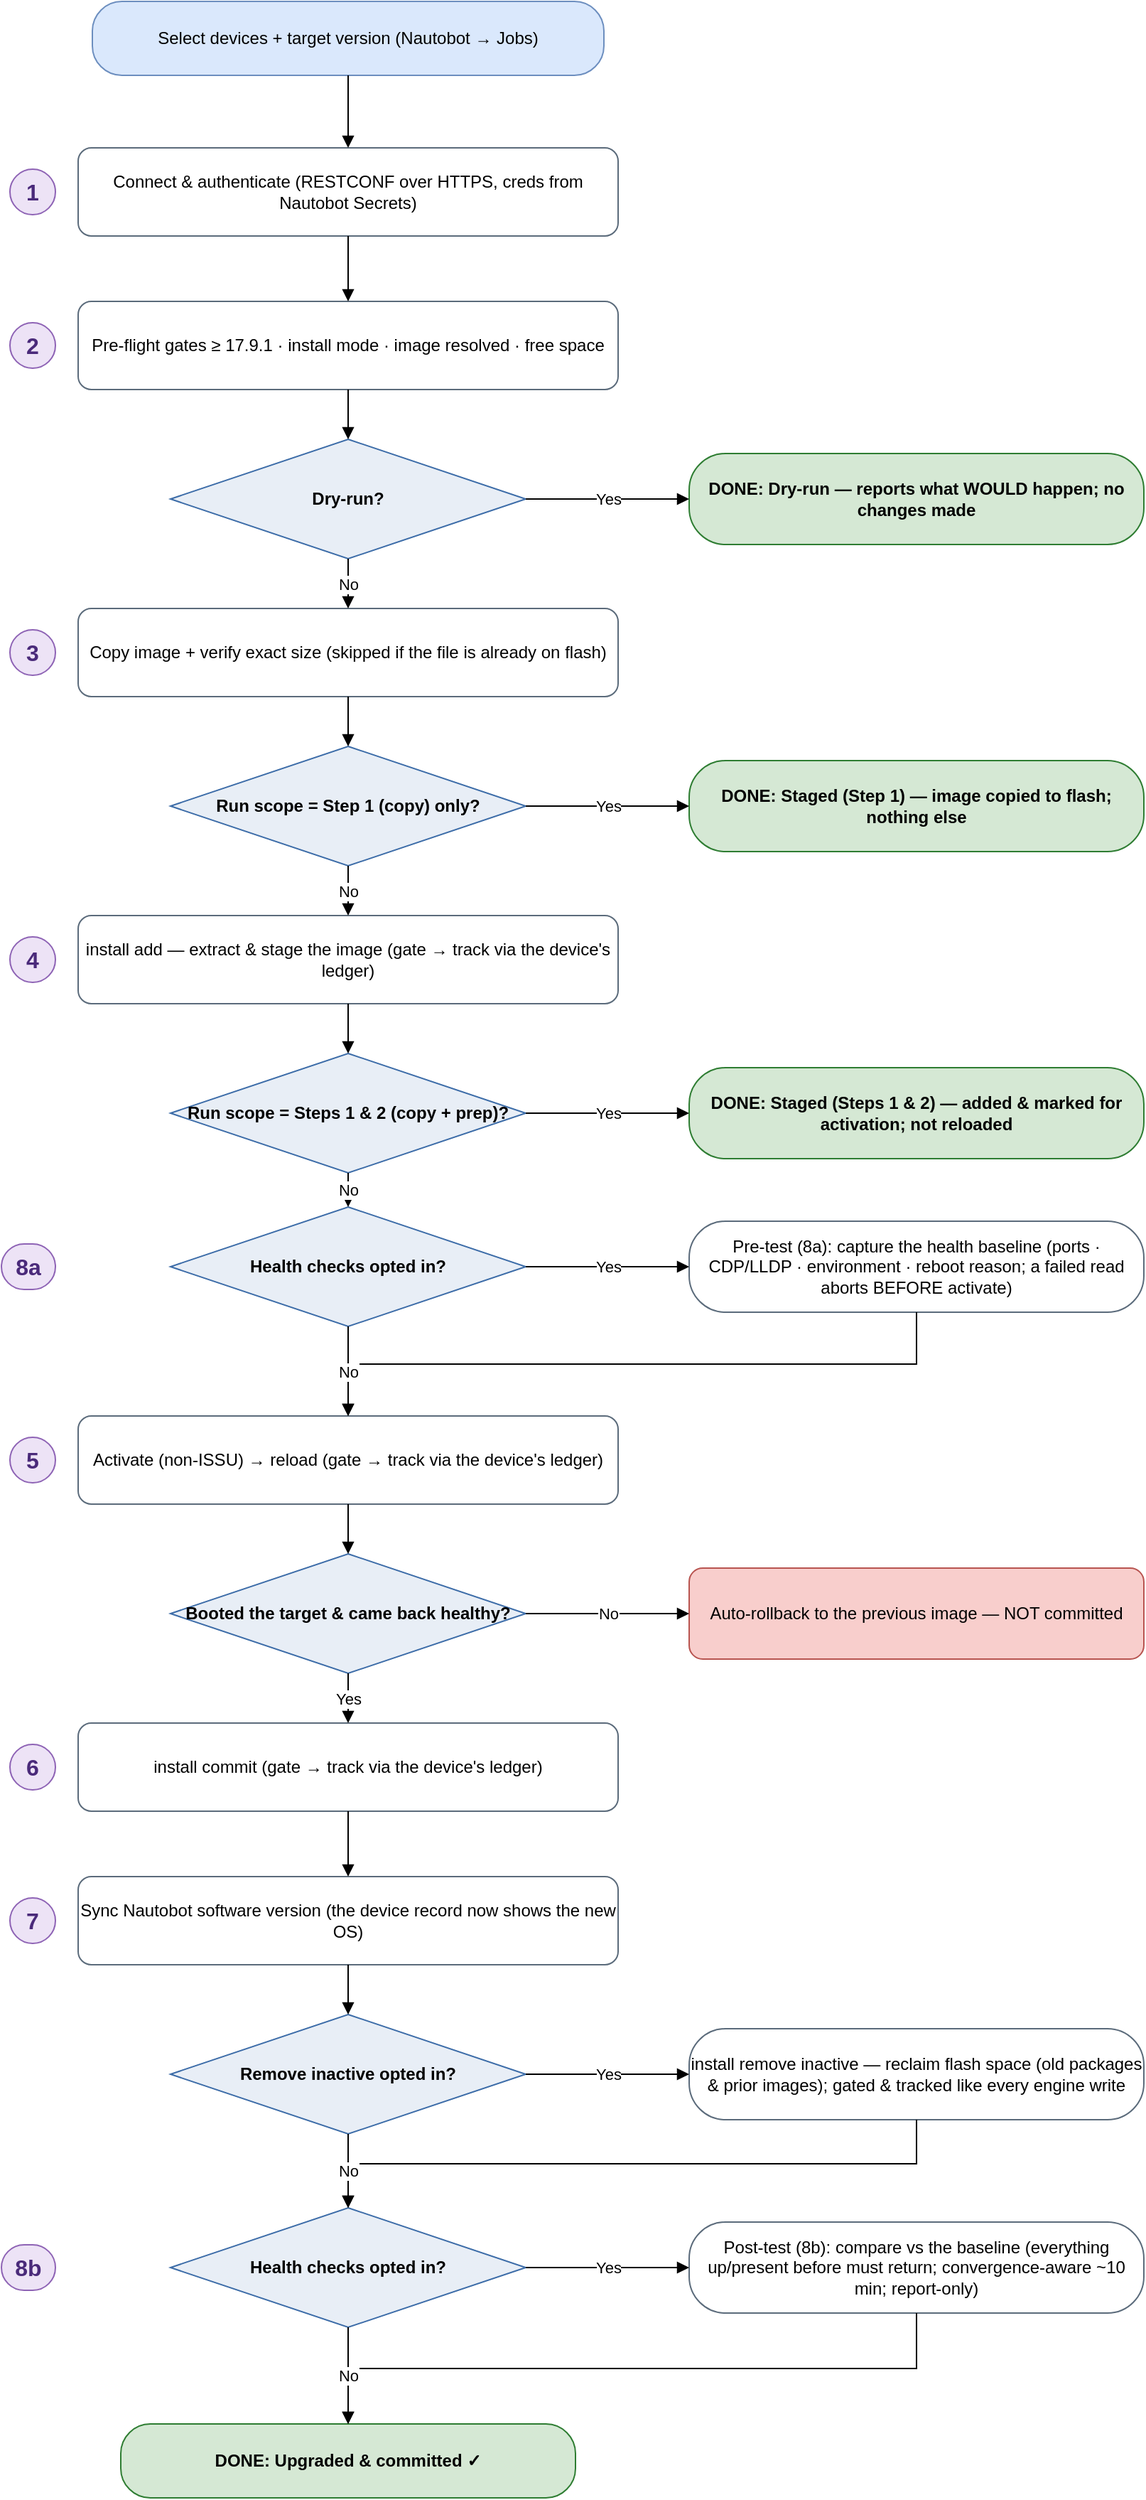
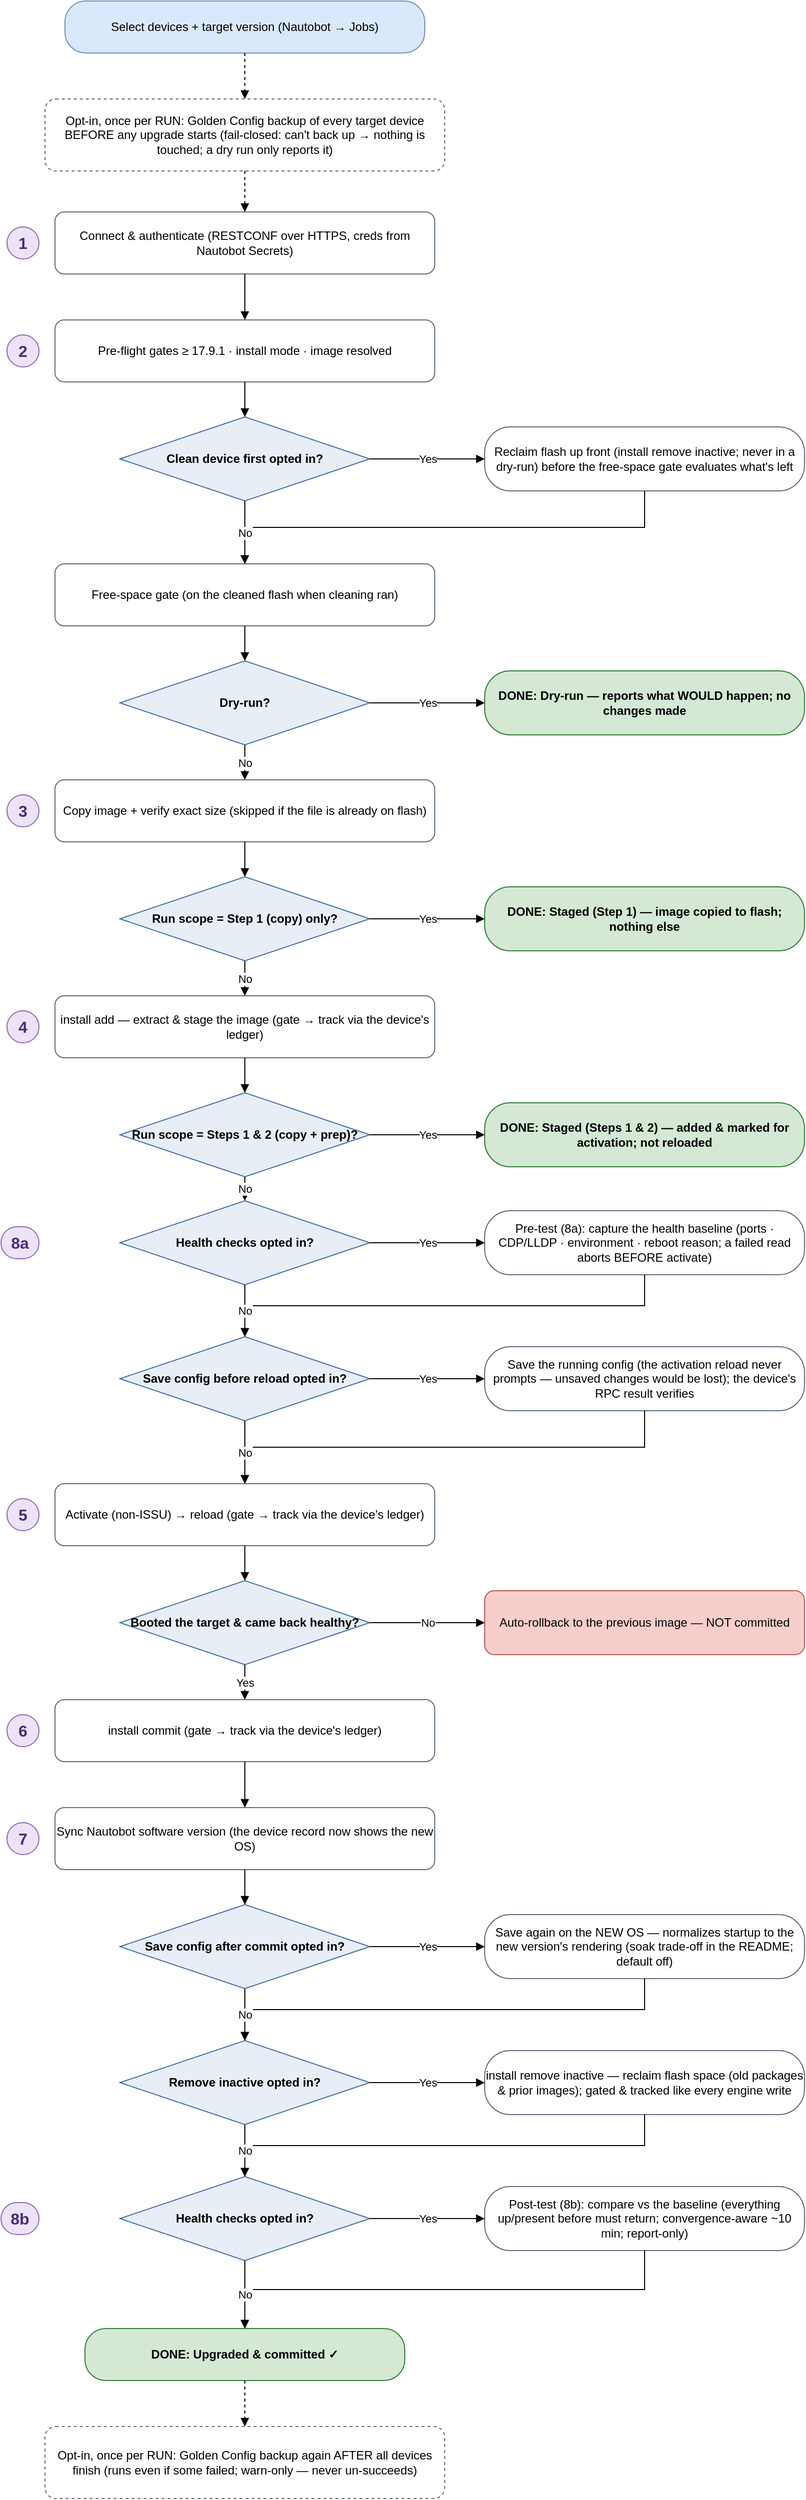
<mxfile host="app.diagrams.net" type="device">
  <diagram name="IOS-XE upgrade overview" id="iosxe-upgrade-overview">
    <mxGraphModel dx="1000" dy="1400" grid="1" gridSize="10" guides="1" tooltips="1"
        connect="1" arrows="1" fold="1" page="1" pageScale="1" math="0" shadow="0">
      <root>
        <mxCell id="0"/>
        <mxCell id="1" parent="0"/>
        <mxCell id="start" value="Select devices + target version&amp;#10;(Nautobot → Jobs)" style="rounded=1;arcSize=40;whiteSpace=wrap;html=1;fillColor=#DAE8FC;strokeColor=#6C8EBF;" vertex="1" parent="1"><mxGeometry x="160" y="52" width="360" height="52" as="geometry"/></mxCell>
-         <mxCell id="connect" value="Connect &amp; authenticate&amp;#10;(RESTCONF over HTTPS, creds from Nautobot Secrets)" style="rounded=1;whiteSpace=wrap;html=1;fillColor=#FFFFFF;strokeColor=#5B6B7B;" vertex="1" parent="1"><mxGeometry x="150" y="155" width="380" height="62" as="geometry"/></mxCell>
-         <mxCell id="gates" value="Pre-flight gates&amp;#10;≥ 17.9.1 · install mode · image resolved · free space" style="rounded=1;whiteSpace=wrap;html=1;fillColor=#FFFFFF;strokeColor=#5B6B7B;" vertex="1" parent="1"><mxGeometry x="150" y="263" width="380" height="62" as="geometry"/></mxCell>
-         <mxCell id="d_dry" value="Dry-run?" style="rhombus;whiteSpace=wrap;html=1;fillColor=#E8EEF6;strokeColor=#3C6CA8;fontStyle=1;" vertex="1" parent="1"><mxGeometry x="215" y="360" width="250" height="84" as="geometry"/></mxCell>
-         <mxCell id="copy" value="Copy image + verify exact size&amp;#10;(skipped if the file is already on flash)" style="rounded=1;whiteSpace=wrap;html=1;fillColor=#FFFFFF;strokeColor=#5B6B7B;" vertex="1" parent="1"><mxGeometry x="150" y="479" width="380" height="62" as="geometry"/></mxCell>
-         <mxCell id="d_stagecopy" value="Run scope =&amp;#10;Step 1 (copy) only?" style="rhombus;whiteSpace=wrap;html=1;fillColor=#E8EEF6;strokeColor=#3C6CA8;fontStyle=1;" vertex="1" parent="1"><mxGeometry x="215" y="576" width="250" height="84" as="geometry"/></mxCell>
-         <mxCell id="add" value="install add — extract &amp; stage the image&amp;#10;(gate → track via the device&#x27;s ledger)" style="rounded=1;whiteSpace=wrap;html=1;fillColor=#FFFFFF;strokeColor=#5B6B7B;" vertex="1" parent="1"><mxGeometry x="150" y="695" width="380" height="62" as="geometry"/></mxCell>
-         <mxCell id="d_stageadd" value="Run scope =&amp;#10;Steps 1 &amp; 2&amp;#10;(copy + prep)?" style="rhombus;whiteSpace=wrap;html=1;fillColor=#E8EEF6;strokeColor=#3C6CA8;fontStyle=1;" vertex="1" parent="1"><mxGeometry x="215" y="792" width="250" height="84" as="geometry"/></mxCell>
-         <mxCell id="d_healthpre" value="Health checks&amp;#10;opted in?" style="rhombus;whiteSpace=wrap;html=1;fillColor=#E8EEF6;strokeColor=#3C6CA8;fontStyle=1;" vertex="1" parent="1"><mxGeometry x="215" y="900" width="250" height="84" as="geometry"/></mxCell>
-         <mxCell id="activate" value="Activate (non-ISSU) → reload&amp;#10;(gate → track via the device&#x27;s ledger)" style="rounded=1;whiteSpace=wrap;html=1;fillColor=#FFFFFF;strokeColor=#5B6B7B;" vertex="1" parent="1"><mxGeometry x="150" y="1047" width="380" height="62" as="geometry"/></mxCell>
-         <mxCell id="d_boot" value="Booted the target&amp;#10;&amp; came back healthy?" style="rhombus;whiteSpace=wrap;html=1;fillColor=#E8EEF6;strokeColor=#3C6CA8;fontStyle=1;" vertex="1" parent="1"><mxGeometry x="215" y="1144" width="250" height="84" as="geometry"/></mxCell>
-         <mxCell id="commit" value="install commit&amp;#10;(gate → track via the device&#x27;s ledger)" style="rounded=1;whiteSpace=wrap;html=1;fillColor=#FFFFFF;strokeColor=#5B6B7B;" vertex="1" parent="1"><mxGeometry x="150" y="1263" width="380" height="62" as="geometry"/></mxCell>
-         <mxCell id="sync" value="Sync Nautobot software version&amp;#10;(the device record now shows the new OS)" style="rounded=1;whiteSpace=wrap;html=1;fillColor=#FFFFFF;strokeColor=#5B6B7B;" vertex="1" parent="1"><mxGeometry x="150" y="1371" width="380" height="62" as="geometry"/></mxCell>
-         <mxCell id="d_cleanup" value="Remove inactive&amp;#10;opted in?" style="rhombus;whiteSpace=wrap;html=1;fillColor=#E8EEF6;strokeColor=#3C6CA8;fontStyle=1;" vertex="1" parent="1"><mxGeometry x="215" y="1468" width="250" height="84" as="geometry"/></mxCell>
-         <mxCell id="d_healthpost" value="Health checks&amp;#10;opted in?" style="rhombus;whiteSpace=wrap;html=1;fillColor=#E8EEF6;strokeColor=#3C6CA8;fontStyle=1;" vertex="1" parent="1"><mxGeometry x="215" y="1604" width="250" height="84" as="geometry"/></mxCell>
-         <mxCell id="done" value="DONE: Upgraded &amp; committed ✓" style="rounded=1;arcSize=40;whiteSpace=wrap;html=1;fillColor=#D5E8D4;strokeColor=#2E7D32;fontStyle=1;" vertex="1" parent="1"><mxGeometry x="180" y="1756" width="320" height="52" as="geometry"/></mxCell>
-         <mxCell id="connect_tag" value="1" style="rounded=1;arcSize=50;whiteSpace=wrap;html=1;fillColor=#EDE3F6;strokeColor=#8E63B5;fontStyle=1;fontSize=16;fontColor=#4A2A7A;" vertex="1" parent="1"><mxGeometry x="102" y="170" width="32" height="32" as="geometry"/></mxCell>
-         <mxCell id="gates_tag" value="2" style="rounded=1;arcSize=50;whiteSpace=wrap;html=1;fillColor=#EDE3F6;strokeColor=#8E63B5;fontStyle=1;fontSize=16;fontColor=#4A2A7A;" vertex="1" parent="1"><mxGeometry x="102" y="278" width="32" height="32" as="geometry"/></mxCell>
-         <mxCell id="copy_tag" value="3" style="rounded=1;arcSize=50;whiteSpace=wrap;html=1;fillColor=#EDE3F6;strokeColor=#8E63B5;fontStyle=1;fontSize=16;fontColor=#4A2A7A;" vertex="1" parent="1"><mxGeometry x="102" y="494" width="32" height="32" as="geometry"/></mxCell>
-         <mxCell id="add_tag" value="4" style="rounded=1;arcSize=50;whiteSpace=wrap;html=1;fillColor=#EDE3F6;strokeColor=#8E63B5;fontStyle=1;fontSize=16;fontColor=#4A2A7A;" vertex="1" parent="1"><mxGeometry x="102" y="710" width="32" height="32" as="geometry"/></mxCell>
-         <mxCell id="activate_tag" value="5" style="rounded=1;arcSize=50;whiteSpace=wrap;html=1;fillColor=#EDE3F6;strokeColor=#8E63B5;fontStyle=1;fontSize=16;fontColor=#4A2A7A;" vertex="1" parent="1"><mxGeometry x="102" y="1062" width="32" height="32" as="geometry"/></mxCell>
-         <mxCell id="commit_tag" value="6" style="rounded=1;arcSize=50;whiteSpace=wrap;html=1;fillColor=#EDE3F6;strokeColor=#8E63B5;fontStyle=1;fontSize=16;fontColor=#4A2A7A;" vertex="1" parent="1"><mxGeometry x="102" y="1278" width="32" height="32" as="geometry"/></mxCell>
-         <mxCell id="sync_tag" value="7" style="rounded=1;arcSize=50;whiteSpace=wrap;html=1;fillColor=#EDE3F6;strokeColor=#8E63B5;fontStyle=1;fontSize=16;fontColor=#4A2A7A;" vertex="1" parent="1"><mxGeometry x="102" y="1386" width="32" height="32" as="geometry"/></mxCell>
-         <mxCell id="d_healthpre_tag" value="8a" style="rounded=1;arcSize=50;whiteSpace=wrap;html=1;fillColor=#EDE3F6;strokeColor=#8E63B5;fontStyle=1;fontSize=16;fontColor=#4A2A7A;" vertex="1" parent="1"><mxGeometry x="96" y="926" width="38" height="32" as="geometry"/></mxCell>
-         <mxCell id="d_healthpost_tag" value="8b" style="rounded=1;arcSize=50;whiteSpace=wrap;html=1;fillColor=#EDE3F6;strokeColor=#8E63B5;fontStyle=1;fontSize=16;fontColor=#4A2A7A;" vertex="1" parent="1"><mxGeometry x="96" y="1630" width="38" height="32" as="geometry"/></mxCell>
-         <mxCell id="d_dry_term" value="DONE: Dry-run — reports what&amp;#10;WOULD happen; no changes made" style="rounded=1;arcSize=40;whiteSpace=wrap;html=1;fillColor=#D5E8D4;strokeColor=#2E7D32;fontStyle=1;" vertex="1" parent="1"><mxGeometry x="580" y="370" width="320" height="64" as="geometry"/></mxCell>
-         <mxCell id="d_stagecopy_term" value="DONE: Staged (Step 1) — image&amp;#10;copied to flash; nothing else" style="rounded=1;arcSize=40;whiteSpace=wrap;html=1;fillColor=#D5E8D4;strokeColor=#2E7D32;fontStyle=1;" vertex="1" parent="1"><mxGeometry x="580" y="586" width="320" height="64" as="geometry"/></mxCell>
-         <mxCell id="d_stageadd_term" value="DONE: Staged (Steps 1 &amp; 2) — added&amp;#10;&amp; marked for activation; not reloaded" style="rounded=1;arcSize=40;whiteSpace=wrap;html=1;fillColor=#D5E8D4;strokeColor=#2E7D32;fontStyle=1;" vertex="1" parent="1"><mxGeometry x="580" y="802" width="320" height="64" as="geometry"/></mxCell>
-         <mxCell id="d_healthpre_term" value="Pre-test (8a): capture the health baseline&amp;#10;(ports · CDP/LLDP · environment · reboot&amp;#10;reason; a failed read aborts BEFORE activate)" style="rounded=1;arcSize=40;whiteSpace=wrap;html=1;fillColor=#FFFFFF;strokeColor=#5B6B7B;" vertex="1" parent="1"><mxGeometry x="580" y="910" width="320" height="64" as="geometry"/></mxCell>
-         <mxCell id="d_boot_term" value="Auto-rollback to the previous&amp;#10;image — NOT committed" style="rounded=1;whiteSpace=wrap;html=1;fillColor=#F8CECC;strokeColor=#B85450;" vertex="1" parent="1"><mxGeometry x="580" y="1154" width="320" height="64" as="geometry"/></mxCell>
-         <mxCell id="d_cleanup_term" value="install remove inactive — reclaim flash&amp;#10;space (old packages &amp; prior images);&amp;#10;gated &amp; tracked like every engine write" style="rounded=1;arcSize=40;whiteSpace=wrap;html=1;fillColor=#FFFFFF;strokeColor=#5B6B7B;" vertex="1" parent="1"><mxGeometry x="580" y="1478" width="320" height="64" as="geometry"/></mxCell>
-         <mxCell id="d_healthpost_term" value="Post-test (8b): compare vs the baseline&amp;#10;(everything up/present before must return;&amp;#10;convergence-aware ~10 min; report-only)" style="rounded=1;arcSize=40;whiteSpace=wrap;html=1;fillColor=#FFFFFF;strokeColor=#5B6B7B;" vertex="1" parent="1"><mxGeometry x="580" y="1614" width="320" height="64" as="geometry"/></mxCell>
+         <mxCell id="gcbefore" value="Opt-in, once per RUN: Golden Config backup of&amp;#10;every target device BEFORE any upgrade starts&amp;#10;(fail-closed: can&#x27;t back up → nothing is touched;&amp;#10;a dry run only reports it)" style="rounded=1;whiteSpace=wrap;html=1;fillColor=#FFFFFF;strokeColor=#5B6B7B;dashed=1;" vertex="1" parent="1"><mxGeometry x="140" y="150" width="400" height="72" as="geometry"/></mxCell>
+         <mxCell id="connect" value="Connect &amp; authenticate&amp;#10;(RESTCONF over HTTPS, creds from Nautobot Secrets)" style="rounded=1;whiteSpace=wrap;html=1;fillColor=#FFFFFF;strokeColor=#5B6B7B;" vertex="1" parent="1"><mxGeometry x="150" y="263" width="380" height="62" as="geometry"/></mxCell>
+         <mxCell id="gates" value="Pre-flight gates&amp;#10;≥ 17.9.1 · install mode · image resolved" style="rounded=1;whiteSpace=wrap;html=1;fillColor=#FFFFFF;strokeColor=#5B6B7B;" vertex="1" parent="1"><mxGeometry x="150" y="371" width="380" height="62" as="geometry"/></mxCell>
+         <mxCell id="d_clean" value="Clean device first&amp;#10;opted in?" style="rhombus;whiteSpace=wrap;html=1;fillColor=#E8EEF6;strokeColor=#3C6CA8;fontStyle=1;" vertex="1" parent="1"><mxGeometry x="215" y="468" width="250" height="84" as="geometry"/></mxCell>
+         <mxCell id="freespace" value="Free-space gate&amp;#10;(on the cleaned flash when cleaning ran)" style="rounded=1;whiteSpace=wrap;html=1;fillColor=#FFFFFF;strokeColor=#5B6B7B;" vertex="1" parent="1"><mxGeometry x="150" y="615" width="380" height="62" as="geometry"/></mxCell>
+         <mxCell id="d_dry" value="Dry-run?" style="rhombus;whiteSpace=wrap;html=1;fillColor=#E8EEF6;strokeColor=#3C6CA8;fontStyle=1;" vertex="1" parent="1"><mxGeometry x="215" y="712" width="250" height="84" as="geometry"/></mxCell>
+         <mxCell id="copy" value="Copy image + verify exact size&amp;#10;(skipped if the file is already on flash)" style="rounded=1;whiteSpace=wrap;html=1;fillColor=#FFFFFF;strokeColor=#5B6B7B;" vertex="1" parent="1"><mxGeometry x="150" y="831" width="380" height="62" as="geometry"/></mxCell>
+         <mxCell id="d_stagecopy" value="Run scope =&amp;#10;Step 1 (copy) only?" style="rhombus;whiteSpace=wrap;html=1;fillColor=#E8EEF6;strokeColor=#3C6CA8;fontStyle=1;" vertex="1" parent="1"><mxGeometry x="215" y="928" width="250" height="84" as="geometry"/></mxCell>
+         <mxCell id="add" value="install add — extract &amp; stage the image&amp;#10;(gate → track via the device&#x27;s ledger)" style="rounded=1;whiteSpace=wrap;html=1;fillColor=#FFFFFF;strokeColor=#5B6B7B;" vertex="1" parent="1"><mxGeometry x="150" y="1047" width="380" height="62" as="geometry"/></mxCell>
+         <mxCell id="d_stageadd" value="Run scope =&amp;#10;Steps 1 &amp; 2&amp;#10;(copy + prep)?" style="rhombus;whiteSpace=wrap;html=1;fillColor=#E8EEF6;strokeColor=#3C6CA8;fontStyle=1;" vertex="1" parent="1"><mxGeometry x="215" y="1144" width="250" height="84" as="geometry"/></mxCell>
+         <mxCell id="d_healthpre" value="Health checks&amp;#10;opted in?" style="rhombus;whiteSpace=wrap;html=1;fillColor=#E8EEF6;strokeColor=#3C6CA8;fontStyle=1;" vertex="1" parent="1"><mxGeometry x="215" y="1252" width="250" height="84" as="geometry"/></mxCell>
+         <mxCell id="d_savepre" value="Save config before&amp;#10;reload opted in?" style="rhombus;whiteSpace=wrap;html=1;fillColor=#E8EEF6;strokeColor=#3C6CA8;fontStyle=1;" vertex="1" parent="1"><mxGeometry x="215" y="1388" width="250" height="84" as="geometry"/></mxCell>
+         <mxCell id="activate" value="Activate (non-ISSU) → reload&amp;#10;(gate → track via the device&#x27;s ledger)" style="rounded=1;whiteSpace=wrap;html=1;fillColor=#FFFFFF;strokeColor=#5B6B7B;" vertex="1" parent="1"><mxGeometry x="150" y="1535" width="380" height="62" as="geometry"/></mxCell>
+         <mxCell id="d_boot" value="Booted the target&amp;#10;&amp; came back healthy?" style="rhombus;whiteSpace=wrap;html=1;fillColor=#E8EEF6;strokeColor=#3C6CA8;fontStyle=1;" vertex="1" parent="1"><mxGeometry x="215" y="1632" width="250" height="84" as="geometry"/></mxCell>
+         <mxCell id="commit" value="install commit&amp;#10;(gate → track via the device&#x27;s ledger)" style="rounded=1;whiteSpace=wrap;html=1;fillColor=#FFFFFF;strokeColor=#5B6B7B;" vertex="1" parent="1"><mxGeometry x="150" y="1751" width="380" height="62" as="geometry"/></mxCell>
+         <mxCell id="sync" value="Sync Nautobot software version&amp;#10;(the device record now shows the new OS)" style="rounded=1;whiteSpace=wrap;html=1;fillColor=#FFFFFF;strokeColor=#5B6B7B;" vertex="1" parent="1"><mxGeometry x="150" y="1859" width="380" height="62" as="geometry"/></mxCell>
+         <mxCell id="d_savepost" value="Save config after&amp;#10;commit opted in?" style="rhombus;whiteSpace=wrap;html=1;fillColor=#E8EEF6;strokeColor=#3C6CA8;fontStyle=1;" vertex="1" parent="1"><mxGeometry x="215" y="1956" width="250" height="84" as="geometry"/></mxCell>
+         <mxCell id="d_cleanup" value="Remove inactive&amp;#10;opted in?" style="rhombus;whiteSpace=wrap;html=1;fillColor=#E8EEF6;strokeColor=#3C6CA8;fontStyle=1;" vertex="1" parent="1"><mxGeometry x="215" y="2092" width="250" height="84" as="geometry"/></mxCell>
+         <mxCell id="d_healthpost" value="Health checks&amp;#10;opted in?" style="rhombus;whiteSpace=wrap;html=1;fillColor=#E8EEF6;strokeColor=#3C6CA8;fontStyle=1;" vertex="1" parent="1"><mxGeometry x="215" y="2228" width="250" height="84" as="geometry"/></mxCell>
+         <mxCell id="done" value="DONE: Upgraded &amp; committed ✓" style="rounded=1;arcSize=40;whiteSpace=wrap;html=1;fillColor=#D5E8D4;strokeColor=#2E7D32;fontStyle=1;" vertex="1" parent="1"><mxGeometry x="180" y="2380" width="320" height="52" as="geometry"/></mxCell>
+         <mxCell id="gcafter" value="Opt-in, once per RUN: Golden Config backup&amp;#10;again AFTER all devices finish (runs even if&amp;#10;some failed; warn-only — never un-succeeds)" style="rounded=1;whiteSpace=wrap;html=1;fillColor=#FFFFFF;strokeColor=#5B6B7B;dashed=1;" vertex="1" parent="1"><mxGeometry x="140" y="2478" width="400" height="72" as="geometry"/></mxCell>
+         <mxCell id="connect_tag" value="1" style="rounded=1;arcSize=50;whiteSpace=wrap;html=1;fillColor=#EDE3F6;strokeColor=#8E63B5;fontStyle=1;fontSize=16;fontColor=#4A2A7A;" vertex="1" parent="1"><mxGeometry x="102" y="278" width="32" height="32" as="geometry"/></mxCell>
+         <mxCell id="gates_tag" value="2" style="rounded=1;arcSize=50;whiteSpace=wrap;html=1;fillColor=#EDE3F6;strokeColor=#8E63B5;fontStyle=1;fontSize=16;fontColor=#4A2A7A;" vertex="1" parent="1"><mxGeometry x="102" y="386" width="32" height="32" as="geometry"/></mxCell>
+         <mxCell id="copy_tag" value="3" style="rounded=1;arcSize=50;whiteSpace=wrap;html=1;fillColor=#EDE3F6;strokeColor=#8E63B5;fontStyle=1;fontSize=16;fontColor=#4A2A7A;" vertex="1" parent="1"><mxGeometry x="102" y="846" width="32" height="32" as="geometry"/></mxCell>
+         <mxCell id="add_tag" value="4" style="rounded=1;arcSize=50;whiteSpace=wrap;html=1;fillColor=#EDE3F6;strokeColor=#8E63B5;fontStyle=1;fontSize=16;fontColor=#4A2A7A;" vertex="1" parent="1"><mxGeometry x="102" y="1062" width="32" height="32" as="geometry"/></mxCell>
+         <mxCell id="activate_tag" value="5" style="rounded=1;arcSize=50;whiteSpace=wrap;html=1;fillColor=#EDE3F6;strokeColor=#8E63B5;fontStyle=1;fontSize=16;fontColor=#4A2A7A;" vertex="1" parent="1"><mxGeometry x="102" y="1550" width="32" height="32" as="geometry"/></mxCell>
+         <mxCell id="commit_tag" value="6" style="rounded=1;arcSize=50;whiteSpace=wrap;html=1;fillColor=#EDE3F6;strokeColor=#8E63B5;fontStyle=1;fontSize=16;fontColor=#4A2A7A;" vertex="1" parent="1"><mxGeometry x="102" y="1766" width="32" height="32" as="geometry"/></mxCell>
+         <mxCell id="sync_tag" value="7" style="rounded=1;arcSize=50;whiteSpace=wrap;html=1;fillColor=#EDE3F6;strokeColor=#8E63B5;fontStyle=1;fontSize=16;fontColor=#4A2A7A;" vertex="1" parent="1"><mxGeometry x="102" y="1874" width="32" height="32" as="geometry"/></mxCell>
+         <mxCell id="d_healthpre_tag" value="8a" style="rounded=1;arcSize=50;whiteSpace=wrap;html=1;fillColor=#EDE3F6;strokeColor=#8E63B5;fontStyle=1;fontSize=16;fontColor=#4A2A7A;" vertex="1" parent="1"><mxGeometry x="96" y="1278" width="38" height="32" as="geometry"/></mxCell>
+         <mxCell id="d_healthpost_tag" value="8b" style="rounded=1;arcSize=50;whiteSpace=wrap;html=1;fillColor=#EDE3F6;strokeColor=#8E63B5;fontStyle=1;fontSize=16;fontColor=#4A2A7A;" vertex="1" parent="1"><mxGeometry x="96" y="2254" width="38" height="32" as="geometry"/></mxCell>
+         <mxCell id="d_clean_term" value="Reclaim flash up front (install remove&amp;#10;inactive; never in a dry-run) before the&amp;#10;free-space gate evaluates what&#x27;s left" style="rounded=1;arcSize=40;whiteSpace=wrap;html=1;fillColor=#FFFFFF;strokeColor=#5B6B7B;" vertex="1" parent="1"><mxGeometry x="580" y="478" width="320" height="64" as="geometry"/></mxCell>
+         <mxCell id="d_dry_term" value="DONE: Dry-run — reports what&amp;#10;WOULD happen; no changes made" style="rounded=1;arcSize=40;whiteSpace=wrap;html=1;fillColor=#D5E8D4;strokeColor=#2E7D32;fontStyle=1;" vertex="1" parent="1"><mxGeometry x="580" y="722" width="320" height="64" as="geometry"/></mxCell>
+         <mxCell id="d_stagecopy_term" value="DONE: Staged (Step 1) — image&amp;#10;copied to flash; nothing else" style="rounded=1;arcSize=40;whiteSpace=wrap;html=1;fillColor=#D5E8D4;strokeColor=#2E7D32;fontStyle=1;" vertex="1" parent="1"><mxGeometry x="580" y="938" width="320" height="64" as="geometry"/></mxCell>
+         <mxCell id="d_stageadd_term" value="DONE: Staged (Steps 1 &amp; 2) — added&amp;#10;&amp; marked for activation; not reloaded" style="rounded=1;arcSize=40;whiteSpace=wrap;html=1;fillColor=#D5E8D4;strokeColor=#2E7D32;fontStyle=1;" vertex="1" parent="1"><mxGeometry x="580" y="1154" width="320" height="64" as="geometry"/></mxCell>
+         <mxCell id="d_healthpre_term" value="Pre-test (8a): capture the health baseline&amp;#10;(ports · CDP/LLDP · environment · reboot&amp;#10;reason; a failed read aborts BEFORE activate)" style="rounded=1;arcSize=40;whiteSpace=wrap;html=1;fillColor=#FFFFFF;strokeColor=#5B6B7B;" vertex="1" parent="1"><mxGeometry x="580" y="1262" width="320" height="64" as="geometry"/></mxCell>
+         <mxCell id="d_savepre_term" value="Save the running config (the activation&amp;#10;reload never prompts — unsaved changes&amp;#10;would be lost); the device&#x27;s RPC result verifies" style="rounded=1;arcSize=40;whiteSpace=wrap;html=1;fillColor=#FFFFFF;strokeColor=#5B6B7B;" vertex="1" parent="1"><mxGeometry x="580" y="1398" width="320" height="64" as="geometry"/></mxCell>
+         <mxCell id="d_boot_term" value="Auto-rollback to the previous&amp;#10;image — NOT committed" style="rounded=1;whiteSpace=wrap;html=1;fillColor=#F8CECC;strokeColor=#B85450;" vertex="1" parent="1"><mxGeometry x="580" y="1642" width="320" height="64" as="geometry"/></mxCell>
+         <mxCell id="d_savepost_term" value="Save again on the NEW OS — normalizes&amp;#10;startup to the new version&#x27;s rendering&amp;#10;(soak trade-off in the README; default off)" style="rounded=1;arcSize=40;whiteSpace=wrap;html=1;fillColor=#FFFFFF;strokeColor=#5B6B7B;" vertex="1" parent="1"><mxGeometry x="580" y="1966" width="320" height="64" as="geometry"/></mxCell>
+         <mxCell id="d_cleanup_term" value="install remove inactive — reclaim flash&amp;#10;space (old packages &amp; prior images);&amp;#10;gated &amp; tracked like every engine write" style="rounded=1;arcSize=40;whiteSpace=wrap;html=1;fillColor=#FFFFFF;strokeColor=#5B6B7B;" vertex="1" parent="1"><mxGeometry x="580" y="2102" width="320" height="64" as="geometry"/></mxCell>
+         <mxCell id="d_healthpost_term" value="Post-test (8b): compare vs the baseline&amp;#10;(everything up/present before must return;&amp;#10;convergence-aware ~10 min; report-only)" style="rounded=1;arcSize=40;whiteSpace=wrap;html=1;fillColor=#FFFFFF;strokeColor=#5B6B7B;" vertex="1" parent="1"><mxGeometry x="580" y="2238" width="320" height="64" as="geometry"/></mxCell>
+         <mxCell id="e_d_clean_term" value="Yes" style="edgeStyle=orthogonalEdgeStyle;rounded=0;html=1;endArrow=block;" edge="1" parent="1" source="d_clean" target="d_clean_term"><mxGeometry relative="1" as="geometry"/></mxCell>
+         <mxCell id="e_d_clean_term_rejoin" value="" style="edgeStyle=orthogonalEdgeStyle;rounded=0;html=1;endArrow=block;exitX=0.5;exitY=1;exitDx=0;exitDy=0;" edge="1" parent="1" source="d_clean_term" target="freespace"><mxGeometry relative="1" as="geometry"/></mxCell>
        <mxCell id="e_d_dry_term" value="Yes" style="edgeStyle=orthogonalEdgeStyle;rounded=0;html=1;endArrow=block;" edge="1" parent="1" source="d_dry" target="d_dry_term"><mxGeometry relative="1" as="geometry"/></mxCell>
        <mxCell id="e_d_stagecopy_term" value="Yes" style="edgeStyle=orthogonalEdgeStyle;rounded=0;html=1;endArrow=block;" edge="1" parent="1" source="d_stagecopy" target="d_stagecopy_term"><mxGeometry relative="1" as="geometry"/></mxCell>
        <mxCell id="e_d_stageadd_term" value="Yes" style="edgeStyle=orthogonalEdgeStyle;rounded=0;html=1;endArrow=block;" edge="1" parent="1" source="d_stageadd" target="d_stageadd_term"><mxGeometry relative="1" as="geometry"/></mxCell>
        <mxCell id="e_d_healthpre_term" value="Yes" style="edgeStyle=orthogonalEdgeStyle;rounded=0;html=1;endArrow=block;" edge="1" parent="1" source="d_healthpre" target="d_healthpre_term"><mxGeometry relative="1" as="geometry"/></mxCell>
-         <mxCell id="e_d_healthpre_term_rejoin" value="" style="edgeStyle=orthogonalEdgeStyle;rounded=0;html=1;endArrow=block;exitX=0.5;exitY=1;exitDx=0;exitDy=0;" edge="1" parent="1" source="d_healthpre_term" target="activate"><mxGeometry relative="1" as="geometry"/></mxCell>
+         <mxCell id="e_d_healthpre_term_rejoin" value="" style="edgeStyle=orthogonalEdgeStyle;rounded=0;html=1;endArrow=block;exitX=0.5;exitY=1;exitDx=0;exitDy=0;" edge="1" parent="1" source="d_healthpre_term" target="d_savepre"><mxGeometry relative="1" as="geometry"/></mxCell>
+         <mxCell id="e_d_savepre_term" value="Yes" style="edgeStyle=orthogonalEdgeStyle;rounded=0;html=1;endArrow=block;" edge="1" parent="1" source="d_savepre" target="d_savepre_term"><mxGeometry relative="1" as="geometry"/></mxCell>
+         <mxCell id="e_d_savepre_term_rejoin" value="" style="edgeStyle=orthogonalEdgeStyle;rounded=0;html=1;endArrow=block;exitX=0.5;exitY=1;exitDx=0;exitDy=0;" edge="1" parent="1" source="d_savepre_term" target="activate"><mxGeometry relative="1" as="geometry"/></mxCell>
        <mxCell id="e_d_boot_term" value="No" style="edgeStyle=orthogonalEdgeStyle;rounded=0;html=1;endArrow=block;" edge="1" parent="1" source="d_boot" target="d_boot_term"><mxGeometry relative="1" as="geometry"/></mxCell>
+         <mxCell id="e_d_savepost_term" value="Yes" style="edgeStyle=orthogonalEdgeStyle;rounded=0;html=1;endArrow=block;" edge="1" parent="1" source="d_savepost" target="d_savepost_term"><mxGeometry relative="1" as="geometry"/></mxCell>
+         <mxCell id="e_d_savepost_term_rejoin" value="" style="edgeStyle=orthogonalEdgeStyle;rounded=0;html=1;endArrow=block;exitX=0.5;exitY=1;exitDx=0;exitDy=0;" edge="1" parent="1" source="d_savepost_term" target="d_cleanup"><mxGeometry relative="1" as="geometry"/></mxCell>
        <mxCell id="e_d_cleanup_term" value="Yes" style="edgeStyle=orthogonalEdgeStyle;rounded=0;html=1;endArrow=block;" edge="1" parent="1" source="d_cleanup" target="d_cleanup_term"><mxGeometry relative="1" as="geometry"/></mxCell>
        <mxCell id="e_d_cleanup_term_rejoin" value="" style="edgeStyle=orthogonalEdgeStyle;rounded=0;html=1;endArrow=block;exitX=0.5;exitY=1;exitDx=0;exitDy=0;" edge="1" parent="1" source="d_cleanup_term" target="d_healthpost"><mxGeometry relative="1" as="geometry"/></mxCell>
        <mxCell id="e_d_healthpost_term" value="Yes" style="edgeStyle=orthogonalEdgeStyle;rounded=0;html=1;endArrow=block;" edge="1" parent="1" source="d_healthpost" target="d_healthpost_term"><mxGeometry relative="1" as="geometry"/></mxCell>
        <mxCell id="e_d_healthpost_term_rejoin" value="" style="edgeStyle=orthogonalEdgeStyle;rounded=0;html=1;endArrow=block;exitX=0.5;exitY=1;exitDx=0;exitDy=0;" edge="1" parent="1" source="d_healthpost_term" target="done"><mxGeometry relative="1" as="geometry"/></mxCell>
-         <mxCell id="e_start_connect" value="" style="edgeStyle=orthogonalEdgeStyle;rounded=0;html=1;endArrow=block;" edge="1" parent="1" source="start" target="connect"><mxGeometry relative="1" as="geometry"/></mxCell>
+         <mxCell id="e_start_gcbefore" value="" style="edgeStyle=orthogonalEdgeStyle;rounded=0;html=1;endArrow=block;dashed=1;" edge="1" parent="1" source="start" target="gcbefore"><mxGeometry relative="1" as="geometry"/></mxCell>
+         <mxCell id="e_gcbefore_connect" value="" style="edgeStyle=orthogonalEdgeStyle;rounded=0;html=1;endArrow=block;dashed=1;" edge="1" parent="1" source="gcbefore" target="connect"><mxGeometry relative="1" as="geometry"/></mxCell>
        <mxCell id="e_connect_gates" value="" style="edgeStyle=orthogonalEdgeStyle;rounded=0;html=1;endArrow=block;" edge="1" parent="1" source="connect" target="gates"><mxGeometry relative="1" as="geometry"/></mxCell>
-         <mxCell id="e_gates_d_dry" value="" style="edgeStyle=orthogonalEdgeStyle;rounded=0;html=1;endArrow=block;" edge="1" parent="1" source="gates" target="d_dry"><mxGeometry relative="1" as="geometry"/></mxCell>
+         <mxCell id="e_gates_d_clean" value="" style="edgeStyle=orthogonalEdgeStyle;rounded=0;html=1;endArrow=block;" edge="1" parent="1" source="gates" target="d_clean"><mxGeometry relative="1" as="geometry"/></mxCell>
+         <mxCell id="e_d_clean_freespace" value="No" style="edgeStyle=orthogonalEdgeStyle;rounded=0;html=1;endArrow=block;" edge="1" parent="1" source="d_clean" target="freespace"><mxGeometry relative="1" as="geometry"/></mxCell>
+         <mxCell id="e_freespace_d_dry" value="" style="edgeStyle=orthogonalEdgeStyle;rounded=0;html=1;endArrow=block;" edge="1" parent="1" source="freespace" target="d_dry"><mxGeometry relative="1" as="geometry"/></mxCell>
        <mxCell id="e_d_dry_copy" value="No" style="edgeStyle=orthogonalEdgeStyle;rounded=0;html=1;endArrow=block;" edge="1" parent="1" source="d_dry" target="copy"><mxGeometry relative="1" as="geometry"/></mxCell>
        <mxCell id="e_copy_d_stagecopy" value="" style="edgeStyle=orthogonalEdgeStyle;rounded=0;html=1;endArrow=block;" edge="1" parent="1" source="copy" target="d_stagecopy"><mxGeometry relative="1" as="geometry"/></mxCell>
        <mxCell id="e_d_stagecopy_add" value="No" style="edgeStyle=orthogonalEdgeStyle;rounded=0;html=1;endArrow=block;" edge="1" parent="1" source="d_stagecopy" target="add"><mxGeometry relative="1" as="geometry"/></mxCell>
        <mxCell id="e_add_d_stageadd" value="" style="edgeStyle=orthogonalEdgeStyle;rounded=0;html=1;endArrow=block;" edge="1" parent="1" source="add" target="d_stageadd"><mxGeometry relative="1" as="geometry"/></mxCell>
        <mxCell id="e_d_stageadd_d_healthpre" value="No" style="edgeStyle=orthogonalEdgeStyle;rounded=0;html=1;endArrow=block;" edge="1" parent="1" source="d_stageadd" target="d_healthpre"><mxGeometry relative="1" as="geometry"/></mxCell>
-         <mxCell id="e_d_healthpre_activate" value="No" style="edgeStyle=orthogonalEdgeStyle;rounded=0;html=1;endArrow=block;" edge="1" parent="1" source="d_healthpre" target="activate"><mxGeometry relative="1" as="geometry"/></mxCell>
+         <mxCell id="e_d_healthpre_d_savepre" value="No" style="edgeStyle=orthogonalEdgeStyle;rounded=0;html=1;endArrow=block;" edge="1" parent="1" source="d_healthpre" target="d_savepre"><mxGeometry relative="1" as="geometry"/></mxCell>
+         <mxCell id="e_d_savepre_activate" value="No" style="edgeStyle=orthogonalEdgeStyle;rounded=0;html=1;endArrow=block;" edge="1" parent="1" source="d_savepre" target="activate"><mxGeometry relative="1" as="geometry"/></mxCell>
        <mxCell id="e_activate_d_boot" value="" style="edgeStyle=orthogonalEdgeStyle;rounded=0;html=1;endArrow=block;" edge="1" parent="1" source="activate" target="d_boot"><mxGeometry relative="1" as="geometry"/></mxCell>
        <mxCell id="e_d_boot_commit" value="Yes" style="edgeStyle=orthogonalEdgeStyle;rounded=0;html=1;endArrow=block;" edge="1" parent="1" source="d_boot" target="commit"><mxGeometry relative="1" as="geometry"/></mxCell>
        <mxCell id="e_commit_sync" value="" style="edgeStyle=orthogonalEdgeStyle;rounded=0;html=1;endArrow=block;" edge="1" parent="1" source="commit" target="sync"><mxGeometry relative="1" as="geometry"/></mxCell>
-         <mxCell id="e_sync_d_cleanup" value="" style="edgeStyle=orthogonalEdgeStyle;rounded=0;html=1;endArrow=block;" edge="1" parent="1" source="sync" target="d_cleanup"><mxGeometry relative="1" as="geometry"/></mxCell>
+         <mxCell id="e_sync_d_savepost" value="" style="edgeStyle=orthogonalEdgeStyle;rounded=0;html=1;endArrow=block;" edge="1" parent="1" source="sync" target="d_savepost"><mxGeometry relative="1" as="geometry"/></mxCell>
+         <mxCell id="e_d_savepost_d_cleanup" value="No" style="edgeStyle=orthogonalEdgeStyle;rounded=0;html=1;endArrow=block;" edge="1" parent="1" source="d_savepost" target="d_cleanup"><mxGeometry relative="1" as="geometry"/></mxCell>
        <mxCell id="e_d_cleanup_d_healthpost" value="No" style="edgeStyle=orthogonalEdgeStyle;rounded=0;html=1;endArrow=block;" edge="1" parent="1" source="d_cleanup" target="d_healthpost"><mxGeometry relative="1" as="geometry"/></mxCell>
        <mxCell id="e_d_healthpost_done" value="No" style="edgeStyle=orthogonalEdgeStyle;rounded=0;html=1;endArrow=block;" edge="1" parent="1" source="d_healthpost" target="done"><mxGeometry relative="1" as="geometry"/></mxCell>
+         <mxCell id="e_done_gcafter" value="" style="edgeStyle=orthogonalEdgeStyle;rounded=0;html=1;endArrow=block;dashed=1;" edge="1" parent="1" source="done" target="gcafter"><mxGeometry relative="1" as="geometry"/></mxCell>
      </root>
    </mxGraphModel>
  </diagram>
</mxfile>
